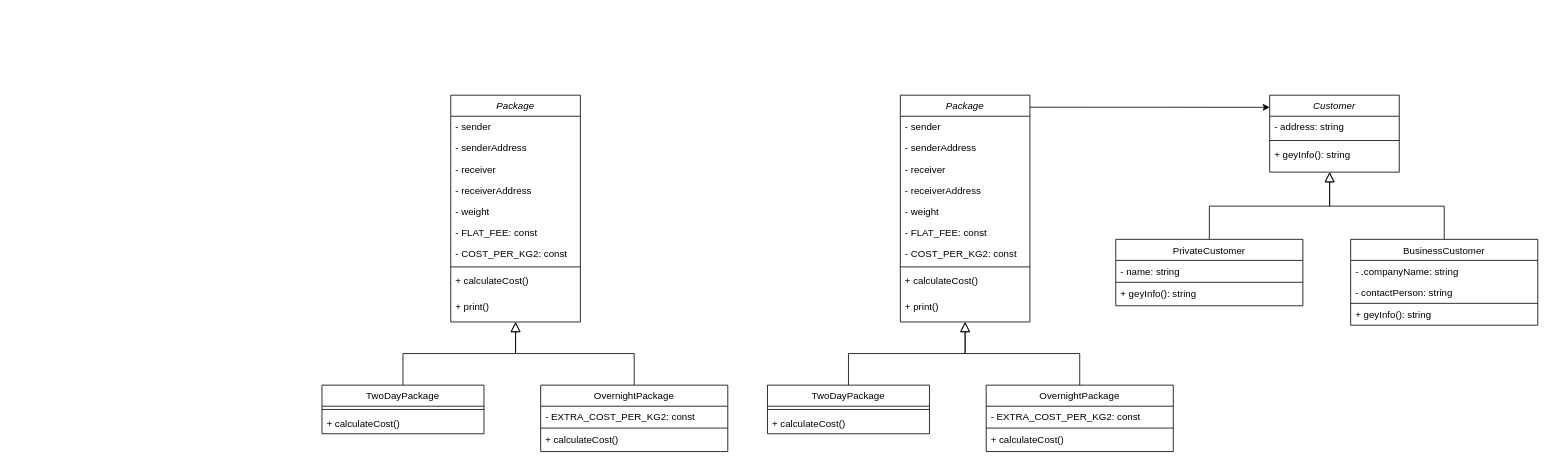
This is Diagrama sin título.drawio from tereresaedo/SoftwareDevelopment, a draw.io file, before an edit. Source tidied: cells renumbered, new cells numbered last; positions are measured from the earlier drawing's top-left corner, leaving out a move shared by most shapes. Both pictures are drawn from the tidied source at 81%, with x=0, y=0 at pixel (322, 95).
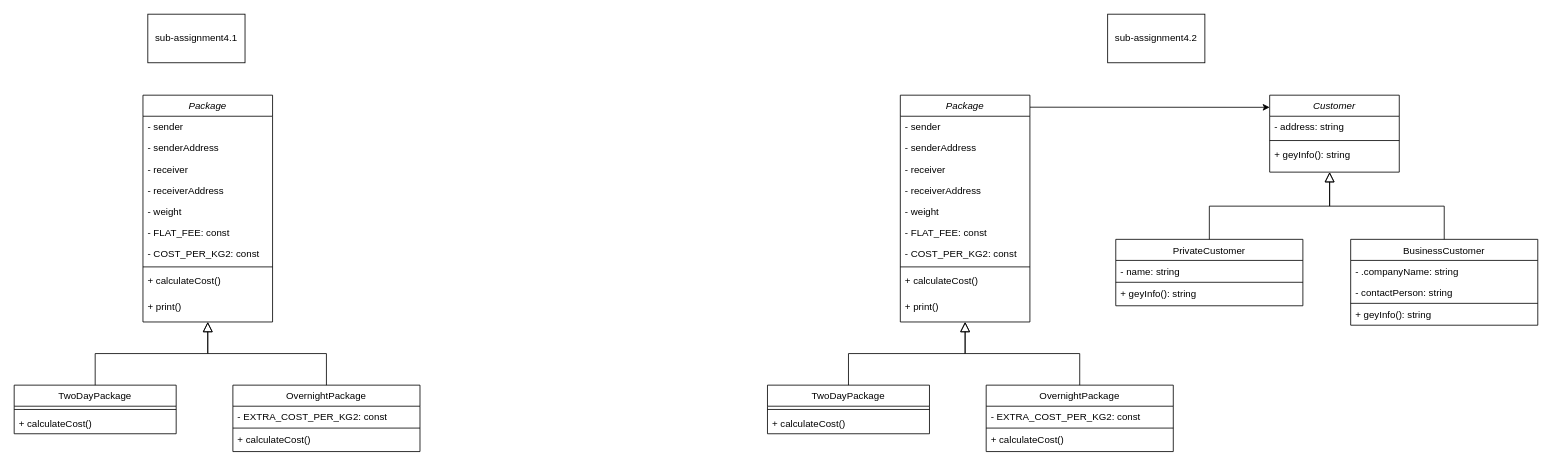
Above is the later version.

Commit message:
Assignment04 - Diagrams

Diff of the diagram source:
```diff
@@
     <mxCell id="2" value="Package" style="swimlane;fontStyle=2;align=center;verticalAlign=top;horizontal=1;startSize=26;rounded=0;shadow=0;strokeWidth=1;labelBackgroundColor=none;" parent="1" vertex="1">
-      <mxGeometry x="159" width="160" height="280" as="geometry" />
+      <mxGeometry x="-221" width="160" height="280" as="geometry" />
     </mxCell>
@@
     <mxCell id="13" value="TwoDayPackage" style="swimlane;fontStyle=0;align=center;verticalAlign=top;horizontal=1;startSize=26;rounded=0;shadow=0;strokeWidth=1;labelBackgroundColor=none;" parent="1" vertex="1">
-      <mxGeometry y="358" width="200" height="60" as="geometry" />
+      <mxGeometry x="-380" y="358" width="200" height="60" as="geometry" />
     </mxCell>
@@
     <mxCell id="17" value="OvernightPackage" style="swimlane;fontStyle=0;align=center;verticalAlign=top;horizontal=1;startSize=26;rounded=0;shadow=0;strokeWidth=1;labelBackgroundColor=none;" parent="1" vertex="1">
-      <mxGeometry x="270" y="358" width="231" height="82" as="geometry" />
+      <mxGeometry x="-110" y="358" width="231" height="82" as="geometry" />
     </mxCell>
@@
+    <mxCell id="58" value="sub-assignment4.1" style="rounded=0;whiteSpace=wrap;html=1;" parent="1" vertex="1">
+      <mxGeometry x="-215" y="-100" width="120" height="60" as="geometry" />
+    </mxCell>
+    <mxCell id="59" value="sub-assignment4.2" style="rounded=0;whiteSpace=wrap;html=1;" parent="1" vertex="1">
+      <mxGeometry x="970" y="-100" width="120" height="60" as="geometry" />
+    </mxCell>
```
